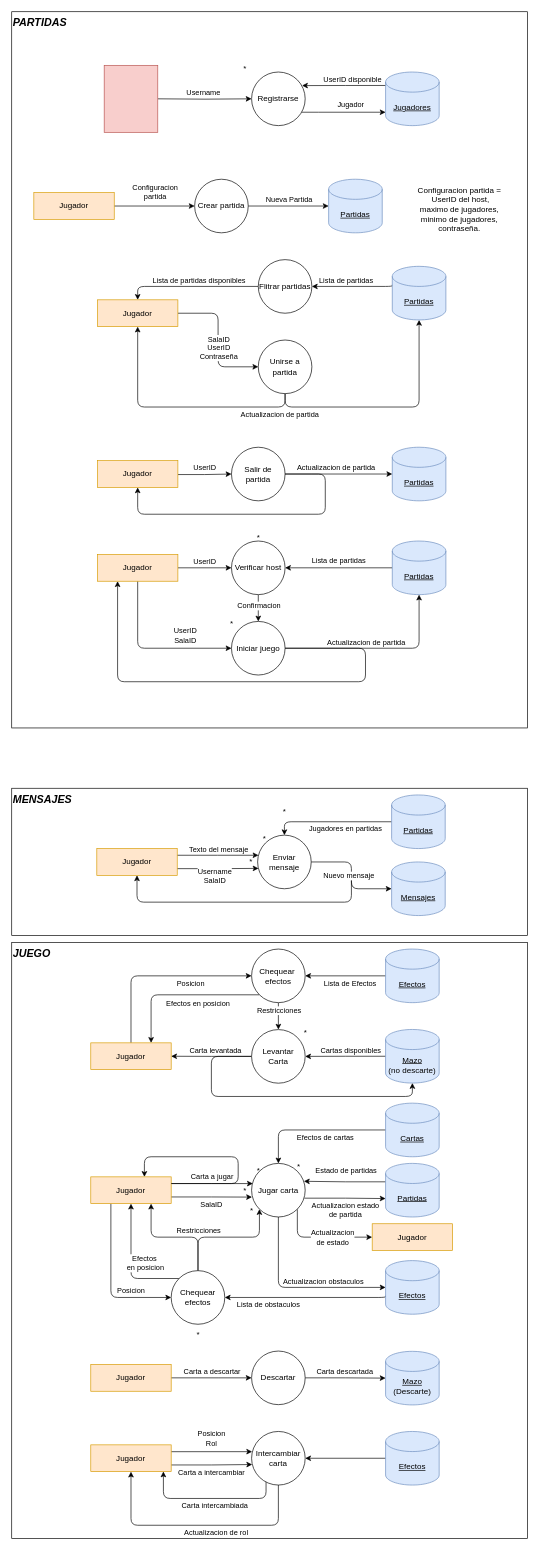
Earlier version of the draw.io diagram page "Página-3" (3 of 3) of Diagrama sin título.drawio (PedroSalas216/Ingenieria-SW-1). Source tidied: cells renumbered, new cells numbered last; positions are measured from the earlier drawing's top-left corner, leaving out a move shared by most shapes. Both pictures are drawn from the tidied source at 67%, with x=0, y=0 at pixel (11, 11).
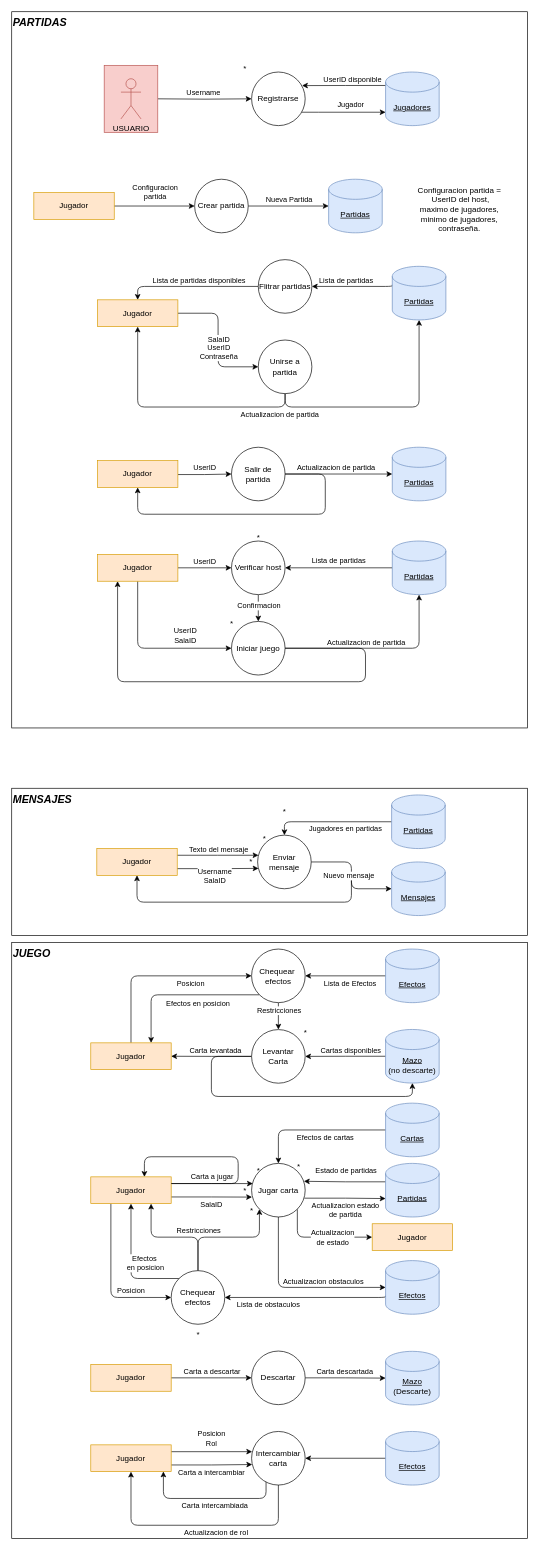
The same page after the edit.

The edit, as a diff of the source:
```diff
@@
+    <mxCell id="146" value="USUARIO" style="shape=umlActor;verticalLabelPosition=bottom;verticalAlign=top;html=1;fillColor=#f8cecc;strokeColor=#b85450;" parent="1" vertex="1">
+      <mxGeometry x="163" y="100" width="30" height="60" as="geometry" />
+    </mxCell>
```
